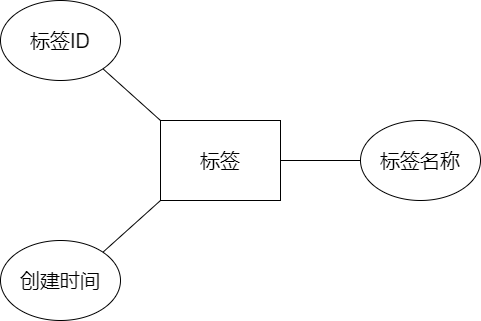
This is database-er/table.label.drawio.png from Jater0/Graduation, a draw.io export, as it was before one commit. Source tidied: cells renumbered, new cells last; positions are measured from the earlier drawing's top-left corner, leaving out a move shared by most shapes.
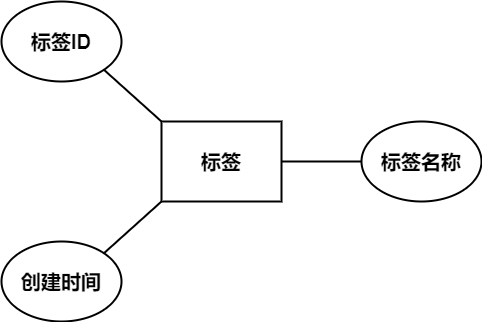
The same file after the commit.

Diff of the diagram source:
```diff
@@ -2,25 +2,25 @@
   <root>
     <mxCell id="0" />
     <mxCell id="1" parent="0" />
-    <mxCell id="2" value="标签" style="rounded=0;whiteSpace=wrap;html=1;fontSize=20;" parent="1" vertex="1">
+    <mxCell id="2" value="标签" style="rounded=0;whiteSpace=wrap;html=1;fontSize=20;fontStyle=1;strokeWidth=2;" parent="1" vertex="1">
       <mxGeometry x="160" y="120" width="120" height="80" as="geometry" />
     </mxCell>
-    <mxCell id="3" value="标签ID" style="ellipse;whiteSpace=wrap;html=1;fontSize=20;" parent="1" vertex="1">
+    <mxCell id="3" value="标签ID" style="ellipse;whiteSpace=wrap;html=1;fontSize=20;fontStyle=1;strokeWidth=2;" parent="1" vertex="1">
       <mxGeometry width="120" height="80" as="geometry" />
     </mxCell>
-    <mxCell id="4" value="标签名称" style="ellipse;whiteSpace=wrap;html=1;fontSize=20;" parent="1" vertex="1">
+    <mxCell id="4" value="标签名称" style="ellipse;whiteSpace=wrap;html=1;fontSize=20;fontStyle=1;strokeWidth=2;" parent="1" vertex="1">
       <mxGeometry x="360" y="120" width="120" height="80" as="geometry" />
     </mxCell>
-    <mxCell id="5" value="创建时间" style="ellipse;whiteSpace=wrap;html=1;fontSize=20;" parent="1" vertex="1">
+    <mxCell id="5" value="创建时间" style="ellipse;whiteSpace=wrap;html=1;fontSize=20;fontStyle=1;strokeWidth=2;" parent="1" vertex="1">
       <mxGeometry y="240" width="120" height="80" as="geometry" />
     </mxCell>
-    <mxCell id="6" style="endArrow=none;html=1;fontSize=20;entryX=0;entryY=0.5;entryDx=0;entryDy=0;exitX=1;exitY=0.5;exitDx=0;exitDy=0;" parent="1" edge="1" source="2" target="4">
+    <mxCell id="6" style="endArrow=none;html=1;fontSize=20;entryX=0;entryY=0.5;entryDx=0;entryDy=0;exitX=1;exitY=0.5;exitDx=0;exitDy=0;fontStyle=1;strokeWidth=2;" parent="1" edge="1" source="2" target="4">
       <mxGeometry relative="1" as="geometry" />
     </mxCell>
-    <mxCell id="7" style="endArrow=none;html=1;fontSize=20;entryX=0;entryY=1;entryDx=0;entryDy=0;exitX=1;exitY=0;exitDx=0;exitDy=0;" parent="1" edge="1" source="5" target="2">
+    <mxCell id="7" style="endArrow=none;html=1;fontSize=20;entryX=0;entryY=1;entryDx=0;entryDy=0;exitX=1;exitY=0;exitDx=0;exitDy=0;fontStyle=1;strokeWidth=2;" parent="1" edge="1" source="5" target="2">
       <mxGeometry relative="1" as="geometry" />
     </mxCell>
-    <mxCell id="8" style="endArrow=none;html=1;fontSize=20;entryX=1;entryY=1;entryDx=0;entryDy=0;exitX=0;exitY=0;exitDx=0;exitDy=0;" parent="1" edge="1" source="2" target="3">
+    <mxCell id="8" style="endArrow=none;html=1;fontSize=20;entryX=1;entryY=1;entryDx=0;entryDy=0;exitX=0;exitY=0;exitDx=0;exitDy=0;fontStyle=1;strokeWidth=2;" parent="1" edge="1" source="2" target="3">
       <mxGeometry relative="1" as="geometry" />
     </mxCell>
   </root>
```
